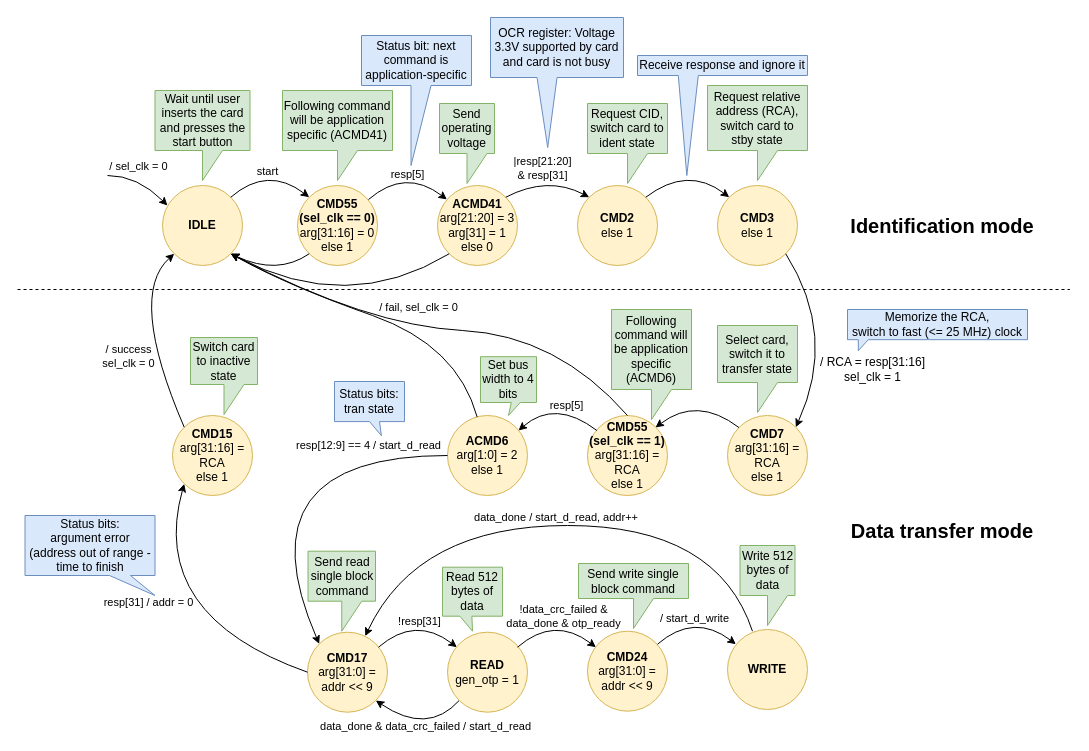
Above: docs/SD/SD_fpga_states.drawio in sirazenkov/GhostSD (draw.io), before the change. Source tidied: cells renumbered, new cells numbered last; positions are measured from the earlier drawing's top-left corner, leaving out a move shared by most shapes. Both pictures are drawn from the tidied source at 100%, with x=0, y=0 at pixel (17, 17).
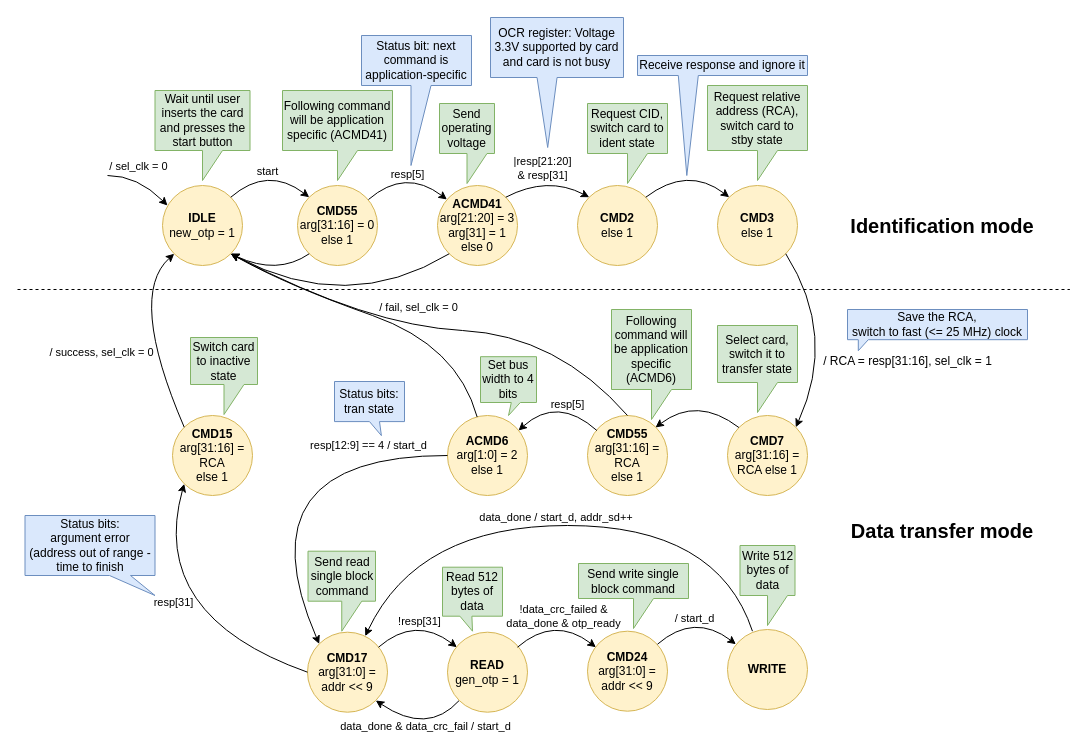
Above is the later version.

Commit message:
Corrections in SD FSM diagram

Unchanged cells that the change refers to:
```xml
<mxCell id="26" style="curved=1;endArrow=none;html=1;rounded=0;entryX=0;entryY=0.5;entryDx=0;entryDy=0;exitX=0;exitY=0;exitDx=0;exitDy=0;startArrow=classic;startFill=1;endFill=0;" parent="1" edge="1" source="25" target="22">
  <mxGeometry relative="1" as="geometry">
    <Array as="points">
      <mxPoint x="220" y="438" />
    </Array>
  </mxGeometry>
</mxCell>
<mxCell id="31" style="curved=1;endArrow=classic;html=1;rounded=0;entryX=0.722;entryY=0.049;entryDx=0;entryDy=0;exitX=0.312;exitY=0.021;exitDx=0;exitDy=0;entryPerimeter=0;exitPerimeter=0;" parent="1" edge="1" source="66" target="25">
  <mxGeometry relative="1" as="geometry">
    <Array as="points">
      <mxPoint x="700" y="508" />
      <mxPoint x="400" y="508" />
    </Array>
  </mxGeometry>
</mxCell>
<mxCell id="33" style="curved=1;endArrow=classic;html=1;rounded=0;exitX=0;exitY=0.5;exitDx=0;exitDy=0;entryX=0;entryY=1;entryDx=0;entryDy=0;" parent="1" edge="1" source="25" target="35">
  <mxGeometry relative="1" as="geometry">
    <Array as="points">
      <mxPoint x="130" y="598" />
    </Array>
  </mxGeometry>
</mxCell>
<mxCell id="36" style="curved=1;endArrow=classic;html=1;rounded=0;entryX=0;entryY=1;entryDx=0;entryDy=0;exitX=0;exitY=0;exitDx=0;exitDy=0;" parent="1" edge="1" source="35" target="2">
  <mxGeometry relative="1" as="geometry">
    <Array as="points">
      <mxPoint x="110" y="278" />
    </Array>
  </mxGeometry>
</mxCell>
<mxCell id="62" style="curved=1;endArrow=classic;html=1;rounded=0;exitX=0;exitY=1;exitDx=0;exitDy=0;entryX=1;entryY=1;entryDx=0;entryDy=0;" parent="1" edge="1" source="65" target="25">
  <mxGeometry relative="1" as="geometry">
    <Array as="points">
      <mxPoint x="410" y="718" />
    </Array>
  </mxGeometry>
</mxCell>
<mxCell id="70" style="curved=1;endArrow=classic;html=1;rounded=0;entryX=0;entryY=0;entryDx=0;entryDy=0;exitX=1;exitY=0;exitDx=0;exitDy=0;" parent="1" edge="1">
  <mxGeometry relative="1" as="geometry">
    <mxPoint x="640" y="626.7" as="sourcePoint" />
    <mxPoint x="718.4" y="626.7" as="targetPoint" />
    <Array as="points">
      <mxPoint x="676.7" y="595" />
    </Array>
  </mxGeometry>
</mxCell>
```

The edit, as a diff of the source:
```diff
@@
-    <mxCell id="2" value="&lt;b&gt;IDLE&lt;/b&gt;" style="ellipse;whiteSpace=wrap;html=1;fillColor=#fff2cc;strokeColor=#d6b656;" parent="1" vertex="1">
+    <mxCell id="2" value="&lt;b&gt;IDLE&lt;/b&gt;&lt;br&gt;new_otp = 1" style="ellipse;whiteSpace=wrap;html=1;fillColor=#fff2cc;strokeColor=#d6b656;" parent="1" vertex="1">
       <mxGeometry x="145" y="168" width="80" height="80" as="geometry" />
     </mxCell>
-    <mxCell id="3" value="&lt;b&gt;CMD55 (sel_clk == 0)&lt;br&gt;&lt;/b&gt;arg[31:16] = 0&lt;br&gt;else 1" style="ellipse;whiteSpace=wrap;html=1;fillColor=#fff2cc;strokeColor=#d6b656;" parent="1" vertex="1">
+    <mxCell id="3" value="&lt;b&gt;CMD55&lt;br&gt;&lt;/b&gt;arg[31:16] = 0&lt;br&gt;else 1" style="ellipse;whiteSpace=wrap;html=1;fillColor=#fff2cc;strokeColor=#d6b656;" parent="1" vertex="1">
       <mxGeometry x="280" y="168" width="80" height="80" as="geometry" />
     </mxCell>
@@
-    <mxCell id="17" value="/ RCA = resp[31:16]&lt;br&gt;sel_clk = 1" style="text;html=1;align=center;verticalAlign=middle;strokeColor=none;fillColor=none;" parent="1" vertex="1">
-      <mxGeometry x="790" y="332" width="130" height="40" as="geometry" />
+    <mxCell id="17" value="/ RCA = resp[31:16], sel_clk = 1" style="text;html=1;align=center;verticalAlign=middle;strokeColor=none;fillColor=none;" parent="1" vertex="1">
+      <mxGeometry x="795" y="329" width="190" height="30" as="geometry" />
     </mxCell>
@@
-    <mxCell id="19" value="&lt;b&gt;CMD7&lt;/b&gt;&lt;br&gt;arg[31:16] = RCA&lt;br&gt;else 1" style="ellipse;whiteSpace=wrap;html=1;fillColor=#fff2cc;strokeColor=#d6b656;" parent="1" vertex="1">
+    <mxCell id="19" value="&lt;b&gt;CMD7&lt;/b&gt;&lt;br&gt;arg[31:16] = RCA else 1" style="ellipse;whiteSpace=wrap;html=1;fillColor=#fff2cc;strokeColor=#d6b656;" parent="1" vertex="1">
       <mxGeometry x="710" y="398" width="80" height="80" as="geometry" />
     </mxCell>
-    <mxCell id="20" value="&lt;b&gt;CMD55 (sel_clk == 1)&lt;/b&gt;&lt;br&gt;arg[31:16] = RCA&lt;br&gt;else 1" style="ellipse;whiteSpace=wrap;html=1;fillColor=#fff2cc;strokeColor=#d6b656;" parent="1" vertex="1">
+    <mxCell id="20" value="&lt;b&gt;CMD55&lt;/b&gt;&lt;br&gt;arg[31:16] = RCA&lt;br&gt;else 1" style="ellipse;whiteSpace=wrap;html=1;fillColor=#fff2cc;strokeColor=#d6b656;" parent="1" vertex="1">
       <mxGeometry x="570" y="398" width="80" height="80" as="geometry" />
     </mxCell>
@@
     <mxCell id="23" style="curved=1;endArrow=none;html=1;rounded=0;entryX=0;entryY=0;entryDx=0;entryDy=0;exitX=1;exitY=0;exitDx=0;exitDy=0;startArrow=classic;startFill=1;endFill=0;" parent="1" edge="1">
       <mxGeometry relative="1" as="geometry">
         <mxPoint x="501" y="413" as="sourcePoint" />
         <mxPoint x="579.4" y="413" as="targetPoint" />
         <Array as="points">
-          <mxPoint x="537.7" y="381.3" />
+          <mxPoint x="540" y="378" />
         </Array>
       </mxGeometry>
     </mxCell>
@@
-    <mxCell id="27" value="resp[12:9] == 4 / start_d_read" style="edgeLabel;html=1;align=center;verticalAlign=middle;" parent="26" vertex="1">
+    <mxCell id="27" value="resp[12:9] == 4 / start_d" style="edgeLabel;html=1;align=center;verticalAlign=middle;" parent="26" vertex="1">
       <mxGeometry x="0.23" y="-13" relative="1" as="geometry">
         <mxPoint x="81" y="-24" as="offset" />
       </mxGeometry>
     </mxCell>
@@
-    <mxCell id="32" value="&amp;nbsp;data_done / start_d_read, addr++" style="edgeLabel;html=1;align=center;verticalAlign=middle;" parent="31" vertex="1">
+    <mxCell id="32" value="&amp;nbsp;data_done / start_d, addr_sd++" style="edgeLabel;html=1;align=center;verticalAlign=middle;" parent="31" vertex="1">
       <mxGeometry x="-0.22" y="13" relative="1" as="geometry">
         <mxPoint x="-67" y="-22" as="offset" />
       </mxGeometry>
     </mxCell>
@@
-    <mxCell id="34" value="resp[31] / addr = 0" style="edgeLabel;html=1;align=center;verticalAlign=middle;" parent="33" vertex="1">
+    <mxCell id="34" value="resp[31]" style="edgeLabel;html=1;align=center;verticalAlign=middle;" parent="33" vertex="1">
       <mxGeometry x="0.31" y="-50" relative="1" as="geometry">
-        <mxPoint x="-56" y="3" as="offset" />
+        <mxPoint x="-31" y="3" as="offset" />
       </mxGeometry>
     </mxCell>
@@
-    <mxCell id="37" value="/ success&lt;br&gt;sel_clk = 0" style="edgeLabel;html=1;align=center;verticalAlign=middle;" parent="36" vertex="1">
+    <mxCell id="37" value="/ success, sel_clk = 0" style="edgeLabel;html=1;align=center;verticalAlign=middle;" parent="36" vertex="1">
       <mxGeometry x="-0.37" y="-7" relative="1" as="geometry">
-        <mxPoint x="-37" y="-9" as="offset" />
+        <mxPoint x="-64" y="-13" as="offset" />
       </mxGeometry>
     </mxCell>
@@
-    <mxCell id="59" value="Memorize the RCA,&lt;br&gt;switch to fast (&amp;lt;= 25 MHz) clock" style="shape=callout;whiteSpace=wrap;html=1;perimeter=calloutPerimeter;fillColor=#dae8fc;strokeColor=#6c8ebf;size=11;position=0.06;position2=0.06;base=10;" parent="1" vertex="1">
+    <mxCell id="59" value="Save the RCA,&lt;br&gt;switch to fast (&amp;lt;= 25 MHz) clock" style="shape=callout;whiteSpace=wrap;html=1;perimeter=calloutPerimeter;fillColor=#dae8fc;strokeColor=#6c8ebf;size=11;position=0.06;position2=0.06;base=10;" parent="1" vertex="1">
       <mxGeometry x="830" y="292" width="180" height="41.2" as="geometry" />
     </mxCell>
@@
-    <mxCell id="63" value="data_done &amp;amp; data_crc_failed / start_d_read" style="edgeLabel;html=1;align=center;verticalAlign=middle;" parent="62" vertex="1">
+    <mxCell id="63" value="data_done &amp;amp; data_crc_fail / start_d" style="edgeLabel;html=1;align=center;verticalAlign=middle;" parent="62" vertex="1">
       <mxGeometry x="-0.59" y="-2" relative="1" as="geometry">
         <mxPoint x="-18" y="11" as="offset" />
       </mxGeometry>
     </mxCell>
@@
-    <mxCell id="71" value="/ start_d_write" style="edgeLabel;html=1;align=center;verticalAlign=middle;" parent="70" vertex="1">
+    <mxCell id="71" value="/ start_d" style="edgeLabel;html=1;align=center;verticalAlign=middle;" parent="70" vertex="1">
       <mxGeometry x="0.14" y="-10" relative="1" as="geometry">
         <mxPoint x="-1" y="-8" as="offset" />
       </mxGeometry>
     </mxCell>
```
